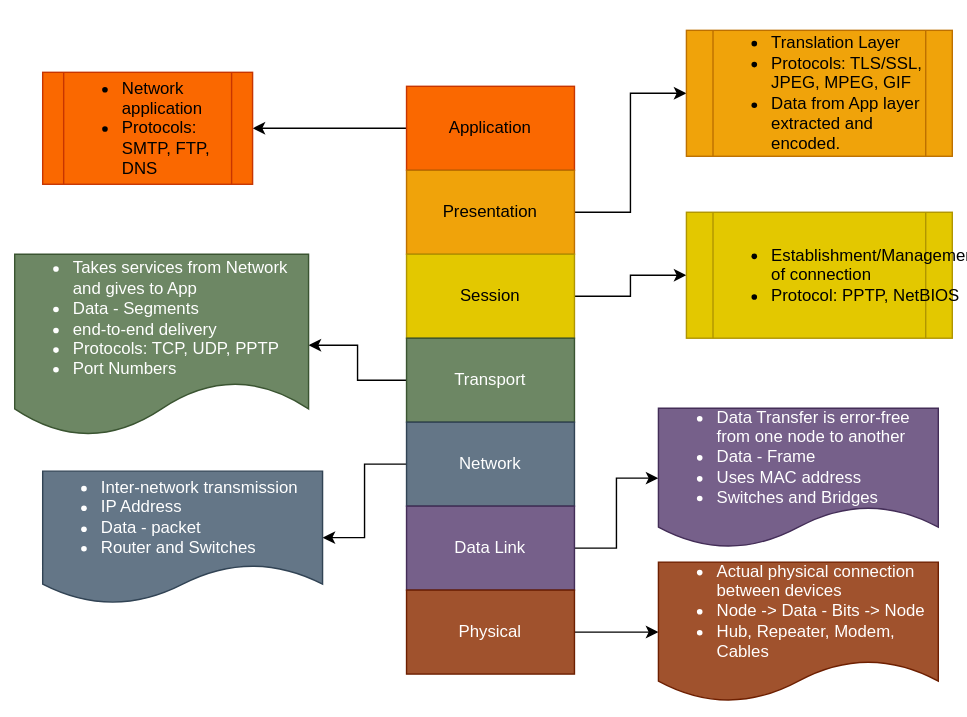
Before: static/networking/OSI.svg, a diagram exported from draw.io (AnkitaB5007/mysite). Source tidied: cells renumbered, new cells last; positions are measured from the earlier drawing's top-left corner, leaving out a move shared by most shapes.
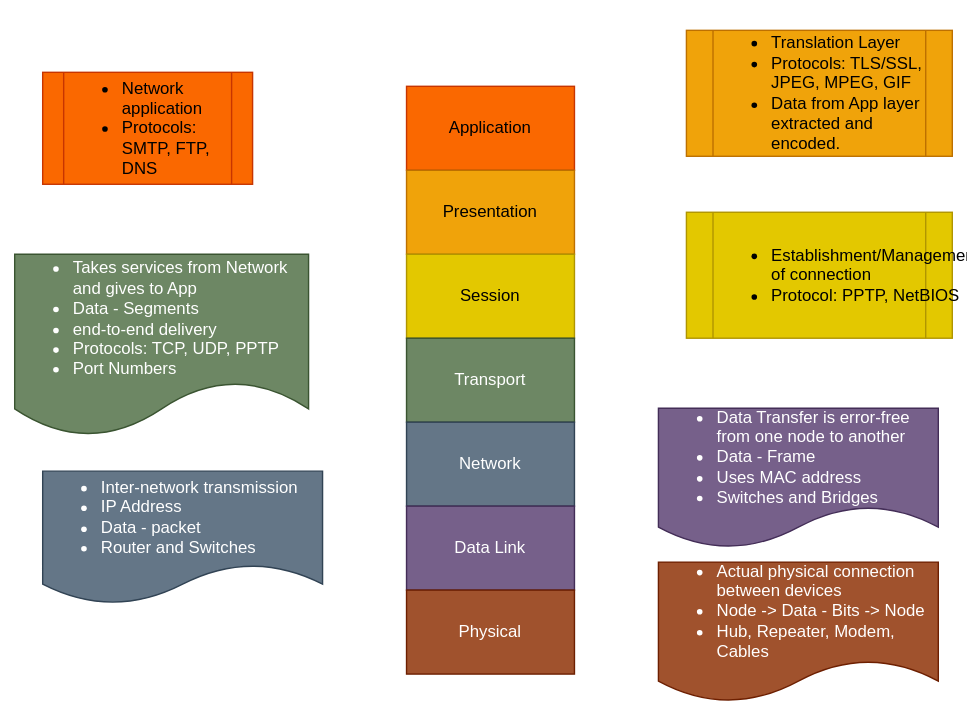
The same file after the commit.

Commit message:
Post on OSI model

What changed in the source:
```diff
@@ -2,43 +2,43 @@
   <root>
     <mxCell id="0" />
     <mxCell id="1" parent="0" />
-    <mxCell id="2" style="edgeStyle=orthogonalEdgeStyle;rounded=0;jettySize=auto;html=1;" parent="1" edge="1" source="3" target="22">
+    <mxCell id="2" style="edgeStyle=orthogonalEdgeStyle;rounded=0;jettySize=auto;html=1;strokeColor=#FFFFFF;" parent="1" edge="1" source="3" target="22">
       <mxGeometry relative="1" as="geometry" />
     </mxCell>
     <mxCell id="3" value="Application" style="rounded=0;whiteSpace=wrap;html=1;fillColor=#fa6800;fontColor=#000000;strokeColor=#C73500;" parent="1" vertex="1">
       <mxGeometry x="280" y="40" width="120" height="60" as="geometry" />
     </mxCell>
-    <mxCell id="4" style="edgeStyle=orthogonalEdgeStyle;rounded=0;jettySize=auto;html=1;entryX=0;entryY=0.5;entryDx=0;entryDy=0;" parent="1" edge="1" source="5" target="21">
+    <mxCell id="4" style="edgeStyle=orthogonalEdgeStyle;rounded=0;jettySize=auto;html=1;entryX=0;entryY=0.5;entryDx=0;entryDy=0;strokeColor=#FFFFFF;" parent="1" edge="1" source="5" target="21">
       <mxGeometry relative="1" as="geometry" />
     </mxCell>
     <mxCell id="5" value="Presentation" style="rounded=0;whiteSpace=wrap;html=1;fillColor=#f0a30a;fontColor=#000000;strokeColor=#BD7000;" parent="1" vertex="1">
       <mxGeometry x="280" y="100" width="120" height="60" as="geometry" />
     </mxCell>
-    <mxCell id="6" style="edgeStyle=orthogonalEdgeStyle;rounded=0;jettySize=auto;html=1;" parent="1" edge="1" source="7" target="20">
+    <mxCell id="6" style="edgeStyle=orthogonalEdgeStyle;rounded=0;jettySize=auto;html=1;strokeColor=#FFFFFF;" parent="1" edge="1" source="7" target="20">
       <mxGeometry relative="1" as="geometry" />
     </mxCell>
     <mxCell id="7" value="Session" style="rounded=0;whiteSpace=wrap;html=1;fillColor=#e3c800;fontColor=#000000;strokeColor=#B09500;" parent="1" vertex="1">
       <mxGeometry x="280" y="160" width="120" height="60" as="geometry" />
     </mxCell>
-    <mxCell id="8" style="edgeStyle=orthogonalEdgeStyle;rounded=0;jettySize=auto;html=1;" parent="1" edge="1" source="9" target="19">
+    <mxCell id="8" style="edgeStyle=orthogonalEdgeStyle;rounded=0;jettySize=auto;html=1;strokeColor=#FFFFFF;" parent="1" edge="1" source="9" target="19">
       <mxGeometry relative="1" as="geometry" />
     </mxCell>
     <mxCell id="9" value="Transport" style="rounded=0;whiteSpace=wrap;html=1;fillColor=#6d8764;fontColor=#ffffff;strokeColor=#3A5431;" parent="1" vertex="1">
       <mxGeometry x="280" y="220" width="120" height="60" as="geometry" />
     </mxCell>
-    <mxCell id="10" style="edgeStyle=orthogonalEdgeStyle;rounded=0;jettySize=auto;html=1;" parent="1" edge="1" source="11" target="18">
+    <mxCell id="10" style="edgeStyle=orthogonalEdgeStyle;rounded=0;jettySize=auto;html=1;strokeColor=#FFFFFF;" parent="1" edge="1" source="11" target="18">
       <mxGeometry relative="1" as="geometry" />
     </mxCell>
     <mxCell id="11" value="Network" style="rounded=0;whiteSpace=wrap;html=1;fillColor=#647687;fontColor=#ffffff;strokeColor=#314354;" parent="1" vertex="1">
       <mxGeometry x="280" y="280" width="120" height="60" as="geometry" />
     </mxCell>
-    <mxCell id="12" style="edgeStyle=orthogonalEdgeStyle;rounded=0;jettySize=auto;html=1;" parent="1" edge="1" source="13" target="17">
+    <mxCell id="12" style="edgeStyle=orthogonalEdgeStyle;rounded=0;jettySize=auto;html=1;strokeColor=#FFFFFF;" parent="1" edge="1" source="13" target="17">
       <mxGeometry relative="1" as="geometry" />
     </mxCell>
     <mxCell id="13" value="Data Link" style="rounded=0;whiteSpace=wrap;html=1;fillColor=#76608a;fontColor=#ffffff;strokeColor=#432D57;" parent="1" vertex="1">
       <mxGeometry x="280" y="340" width="120" height="60" as="geometry" />
     </mxCell>
-    <mxCell id="14" style="edgeStyle=orthogonalEdgeStyle;rounded=0;jettySize=auto;html=1;" parent="1" edge="1" source="15">
+    <mxCell id="14" style="edgeStyle=orthogonalEdgeStyle;rounded=0;jettySize=auto;html=1;strokeColor=#FFFFFF;" parent="1" edge="1" source="15">
       <mxGeometry relative="1" as="geometry">
         <mxPoint x="460" y="430" as="targetPoint" />
       </mxGeometry>
```
